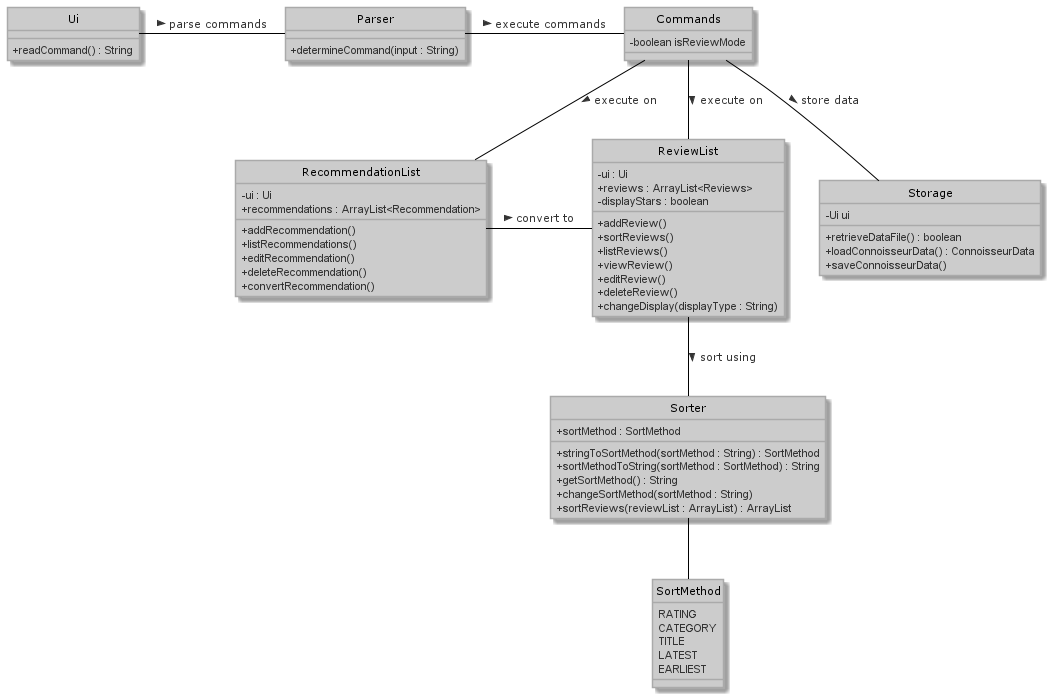
The PlantUML diagram docs/diagrams/Class_Diagram.png in nus-cs2113-AY2021S2/tp, before a commit. The source it was exported from:
```plantuml
@startuml Class_Diagram
hide circle
!define LIGHTGREEN
!includeurl https://raw.githubusercontent.com/Drakemor/RedDress-PlantUML/master/style.puml
skinparam classAttributeIconSize 0

together {
    class Ui
    class Parser
    class Commands
}

together {
    class RecommendationList
    class ReviewList
}

together {
    class Sorter
    class SortMethod
}

class Ui {
    + readCommand() : String
}

class Commands {
    - boolean isReviewMode
}

class RecommendationList {
    - ui : Ui
    + recommendations : ArrayList<Recommendation>
    + addRecommendation()
    + listRecommendations()
    + editRecommendation()
    + deleteRecommendation()
    + convertRecommendation()
}

class ReviewList {
    - ui : Ui
    + reviews : ArrayList<Reviews>
    - displayStars : boolean
    + addReview()
    + sortReviews()
    + listReviews()
    + viewReview()
    + editReview()
    + deleteReview()
    + changeDisplay(displayType : String)
}

class Parser {
    + determineCommand(input : String)
}

class Sorter {
    + sortMethod : SortMethod
    + stringToSortMethod(sortMethod : String) : SortMethod
    + sortMethodToString(sortMethod : SortMethod) : String
    + getSortMethod() : String
    + changeSortMethod(sortMethod : String)
    + sortReviews(reviewList : ArrayList) : ArrayList
}

class Storage {
    - Ui ui
    + retrieveDataFile() : boolean
    + loadConnoisseurData() : ConnoisseurData
    + saveConnoisseurData()
}

enum SortMethod {
    RATING
    CATEGORY
    TITLE
    LATEST
    EARLIEST
}

Ui - Parser : parse commands >
Parser - Commands : execute commands >
Commands -- Storage : store data >
Commands -- ReviewList : execute on >
Commands -- RecommendationList : execute on >
RecommendationList - ReviewList : convert to >
ReviewList -- Sorter : sort using >
Sorter -- SortMethod

@enduml
```
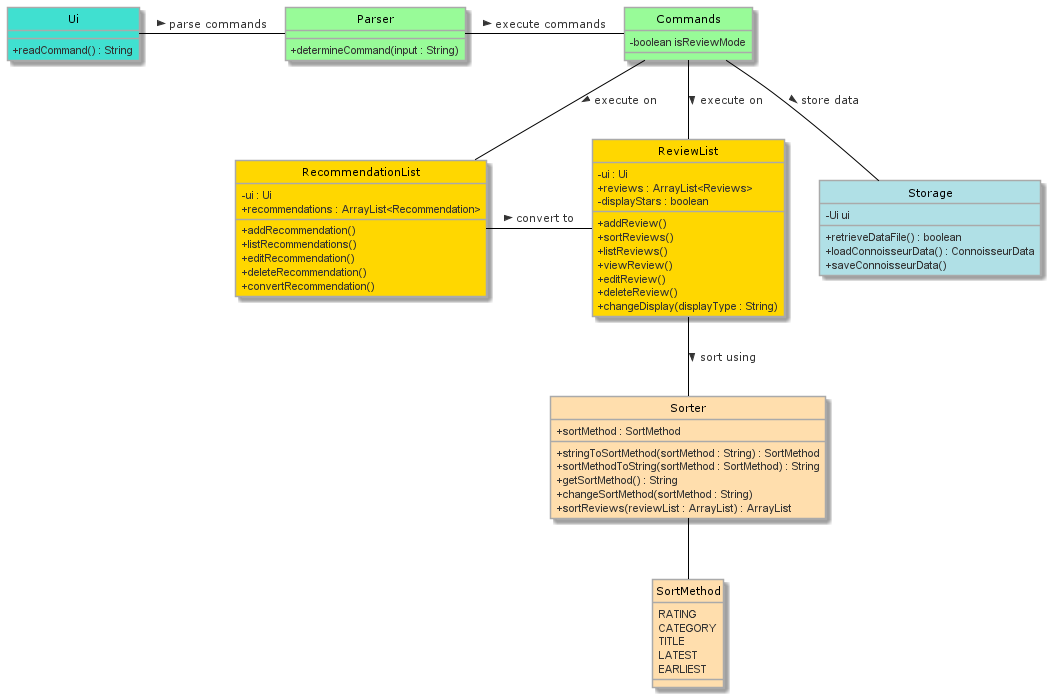
Above is the later version.

Change to the diagram source:
```diff
@@ -20,15 +20,15 @@
     class SortMethod
 }
 
-class Ui {
+class Ui #Turquoise {
     + readCommand() : String
 }
 
-class Commands {
+class Commands #PaleGreen {
     - boolean isReviewMode
 }
 
-class RecommendationList {
+class RecommendationList #Gold {
     - ui : Ui
     + recommendations : ArrayList<Recommendation>
     + addRecommendation()
@@ -38,7 +38,7 @@
     + convertRecommendation()
 }
 
-class ReviewList {
+class ReviewList #Gold {
     - ui : Ui
     + reviews : ArrayList<Reviews>
     - displayStars : boolean
@@ -51,11 +51,11 @@
     + changeDisplay(displayType : String)
 }
 
-class Parser {
+class Parser #PaleGreen {
     + determineCommand(input : String)
 }
 
-class Sorter {
+class Sorter #NavajoWhite {
     + sortMethod : SortMethod
     + stringToSortMethod(sortMethod : String) : SortMethod
     + sortMethodToString(sortMethod : SortMethod) : String
@@ -64,14 +64,14 @@
     + sortReviews(reviewList : ArrayList) : ArrayList
 }
 
-class Storage {
+class Storage #PowderBlue {
     - Ui ui
     + retrieveDataFile() : boolean
     + loadConnoisseurData() : ConnoisseurData
     + saveConnoisseurData()
 }
 
-enum SortMethod {
+enum SortMethod #NavajoWhite {
     RATING
     CATEGORY
     TITLE
```
